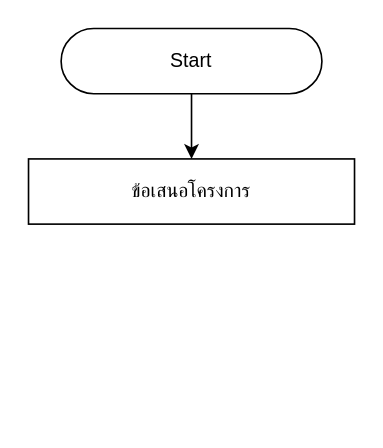
AL1605/drow.io keeps this draw.io diagram as integrityAdd.drawio. Above is the earlier version. Source tidied: cells renumbered, new cells numbered last; positions are measured from the earlier drawing's top-left corner, leaving out a move shared by most shapes. Both pictures are drawn from the tidied source at 163%, with x=0, y=0 at pixel (28, 28).
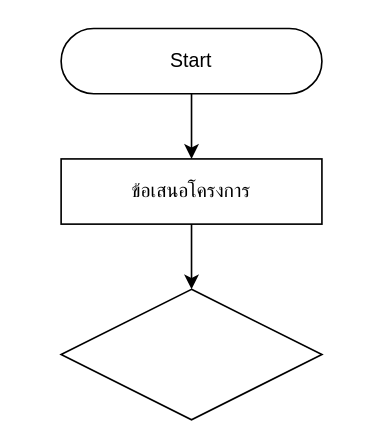
Above is the later version.

The edit, as a diff of the source:
```diff
@@
 <mxGraphModel>
   <root>
     <mxCell id="0" />
     <mxCell id="1" parent="0" />
     <mxCell id="2" value="Start" style="rounded=1;whiteSpace=wrap;html=1;arcSize=50;" parent="1" vertex="1">
       <mxGeometry x="20" width="160" height="40" as="geometry" />
     </mxCell>
     <mxCell id="3" value="ข้อเสนอโครงการ" style="rounded=0;whiteSpace=wrap;html=1;" parent="1" vertex="1">
-      <mxGeometry y="80" width="200" height="40" as="geometry" />
+      <mxGeometry x="20" y="80" width="160" height="40" as="geometry" />
     </mxCell>
     <mxCell id="4" style="endArrow=classic;html=1;exitX=0.5;exitY=1;exitDx=0;exitDy=0;entryX=0.5;entryY=0;entryDx=0;entryDy=0;" parent="1" edge="1" source="2" target="3">
       <mxGeometry relative="1" as="geometry" />
     </mxCell>
+    <mxCell id="5" style="rhombus;whiteSpace=wrap;html=1;" parent="1" vertex="1">
+      <mxGeometry x="20" y="160" width="160" height="80" as="geometry" />
+    </mxCell>
+    <mxCell id="6" style="endArrow=classic;html=1;exitX=0.5;exitY=1;exitDx=0;exitDy=0;entryX=0.5;entryY=0;entryDx=0;entryDy=0;" parent="1" edge="1" source="3" target="5">
+      <mxGeometry relative="1" as="geometry" />
+    </mxCell>
   </root>
 </mxGraphModel>
```
